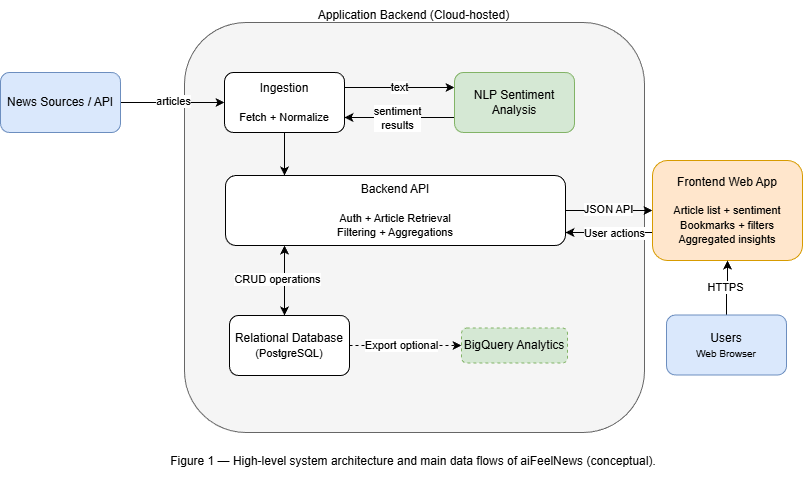
This is docs/Architechture_diagram-aifeelnews.drawio.png from cardox6/aifeelnews, a draw.io export, as it was before one commit. Source tidied: cells renumbered, new cells last; positions are measured from the earlier drawing's top-left corner, leaving out a move shared by most shapes. The source it was exported from:
```xml
<mxGraphModel>
  <root>
    <mxCell id="0" />
    <mxCell id="1" parent="0" />
    <mxCell id="2" style="rounded=1;whiteSpace=wrap;html=1;glass=0;fillColor=#f5f5f5;strokeColor=#666666;fontColor=#333333;" parent="1" vertex="1">
      <mxGeometry x="184" y="22" width="460" height="410" as="geometry" />
    </mxCell>
    <mxCell id="3" style="edgeStyle=orthogonalEdgeStyle;rounded=0;jettySize=auto;html=1;exitX=1;exitY=0.5;exitDx=0;exitDy=0;" parent="1" edge="1" source="5" target="8">
      <mxGeometry relative="1" as="geometry" />
    </mxCell>
    <mxCell id="4" value="articles" style="edgeLabel;html=1;align=center;verticalAlign=middle;" parent="3" vertex="1">
      <mxGeometry y="1" relative="1" as="geometry" />
    </mxCell>
    <mxCell id="5" value="News Sources / API" style="rounded=1;whiteSpace=wrap;html=1;fillColor=#dae8fc;strokeColor=#6c8ebf;" parent="1" vertex="1">
      <mxGeometry y="72" width="120" height="60" as="geometry" />
    </mxCell>
    <mxCell id="6" value="text" style="edgeStyle=orthogonalEdgeStyle;rounded=0;jettySize=auto;html=1;exitX=1;exitY=0.25;exitDx=0;exitDy=0;entryX=0;entryY=0.25;entryDx=0;entryDy=0;" parent="1" edge="1" source="8" target="11">
      <mxGeometry relative="1" as="geometry" />
    </mxCell>
    <mxCell id="7" style="edgeStyle=orthogonalEdgeStyle;rounded=0;jettySize=auto;html=1;" parent="1" edge="1" source="8" target="16">
      <mxGeometry relative="1" as="geometry">
        <Array as="points">
          <mxPoint x="284" y="192" />
          <mxPoint x="284" y="192" />
        </Array>
      </mxGeometry>
    </mxCell>
    <mxCell id="8" value="Ingestion&lt;div&gt;&lt;br&gt;&lt;div&gt;&lt;font style=&quot;font-size: 11px;&quot;&gt;Fetch + Normalize&lt;/font&gt;&lt;/div&gt;&lt;/div&gt;" style="whiteSpace=wrap;html=1;rounded=1;" parent="1" vertex="1">
      <mxGeometry x="224" y="72" width="120" height="60" as="geometry" />
    </mxCell>
    <mxCell id="9" style="edgeStyle=orthogonalEdgeStyle;rounded=0;jettySize=auto;html=1;entryX=1;entryY=0.75;entryDx=0;entryDy=0;" parent="1" edge="1" source="11" target="8">
      <mxGeometry relative="1" as="geometry">
        <Array as="points">
          <mxPoint x="444" y="117" />
          <mxPoint x="444" y="117" />
        </Array>
      </mxGeometry>
    </mxCell>
    <mxCell id="10" value="sentiment&lt;div&gt;results&lt;/div&gt;" style="edgeLabel;html=1;align=center;verticalAlign=middle;" parent="9" vertex="1">
      <mxGeometry x="0.05" y="1" relative="1" as="geometry" />
    </mxCell>
    <mxCell id="11" value="NLP Sentiment Analysis" style="whiteSpace=wrap;html=1;rounded=1;fillColor=#d5e8d4;strokeColor=#82b366;" parent="1" vertex="1">
      <mxGeometry x="454" y="72" width="120" height="60" as="geometry" />
    </mxCell>
    <mxCell id="12" style="edgeStyle=orthogonalEdgeStyle;rounded=0;jettySize=auto;html=1;startArrow=classic;startFill=1;" parent="1" edge="1" source="16" target="19">
      <mxGeometry relative="1" as="geometry">
        <Array as="points">
          <mxPoint x="284" y="302" />
          <mxPoint x="284" y="302" />
        </Array>
      </mxGeometry>
    </mxCell>
    <mxCell id="13" value="CRUD operations" style="edgeLabel;html=1;align=center;verticalAlign=middle;" parent="12" vertex="1">
      <mxGeometry x="-0.04" y="-7" relative="1" as="geometry" />
    </mxCell>
    <mxCell id="14" style="edgeStyle=orthogonalEdgeStyle;rounded=0;jettySize=auto;html=1;" parent="1" edge="1" source="16" target="23">
      <mxGeometry relative="1" as="geometry" />
    </mxCell>
    <mxCell id="15" value="JSON API" style="edgeLabel;html=1;align=center;verticalAlign=middle;" parent="14" vertex="1">
      <mxGeometry x="-0.01" y="1" relative="1" as="geometry" />
    </mxCell>
    <mxCell id="16" value="Backend API&lt;div&gt;&lt;br&gt;&lt;div&gt;&lt;font style=&quot;font-size: 11px;&quot;&gt;Auth + Article Retrieval&lt;/font&gt;&lt;/div&gt;&lt;div&gt;&lt;font style=&quot;font-size: 11px;&quot;&gt;Filtering + Aggregations&lt;/font&gt;&lt;/div&gt;&lt;/div&gt;" style="rounded=1;whiteSpace=wrap;html=1;" parent="1" vertex="1">
      <mxGeometry x="225" y="175" width="340" height="70" as="geometry" />
    </mxCell>
    <mxCell id="17" style="edgeStyle=orthogonalEdgeStyle;rounded=0;jettySize=auto;html=1;dashed=1;" parent="1" edge="1" source="19" target="20">
      <mxGeometry relative="1" as="geometry" />
    </mxCell>
    <mxCell id="18" value="Export optional" style="edgeLabel;html=1;align=center;verticalAlign=middle;" parent="17" vertex="1">
      <mxGeometry x="-0.12" y="1" relative="1" as="geometry">
        <mxPoint x="2" y="1" as="offset" />
      </mxGeometry>
    </mxCell>
    <mxCell id="19" value="Relational Database&lt;div&gt;&lt;font style=&quot;font-size: 11px;&quot;&gt;(PostgreSQL)&lt;/font&gt;&lt;/div&gt;" style="rounded=1;whiteSpace=wrap;html=1;" parent="1" vertex="1">
      <mxGeometry x="229" y="315" width="120" height="60" as="geometry" />
    </mxCell>
    <mxCell id="20" value="BigQuery Analytics" style="rounded=1;whiteSpace=wrap;html=1;dashed=1;fillColor=#d5e8d4;strokeColor=#82b366;" parent="1" vertex="1">
      <mxGeometry x="461" y="327.5" width="106" height="35" as="geometry" />
    </mxCell>
    <mxCell id="21" style="edgeStyle=orthogonalEdgeStyle;rounded=0;jettySize=auto;html=1;" parent="1" edge="1" source="23" target="16">
      <mxGeometry relative="1" as="geometry">
        <Array as="points">
          <mxPoint x="614" y="232" />
          <mxPoint x="614" y="232" />
        </Array>
      </mxGeometry>
    </mxCell>
    <mxCell id="22" value="User actions" style="edgeLabel;html=1;align=center;verticalAlign=middle;" parent="21" vertex="1">
      <mxGeometry x="-0.12" y="1" relative="1" as="geometry" />
    </mxCell>
    <mxCell id="23" value="Frontend Web App&lt;div&gt;&lt;font style=&quot;font-size: 11px;&quot;&gt;&lt;br&gt;&lt;/font&gt;&lt;/div&gt;&lt;div&gt;&lt;font style=&quot;font-size: 11px;&quot;&gt;Article list + sentiment&lt;/font&gt;&lt;/div&gt;&lt;div&gt;&lt;font style=&quot;font-size: 11px;&quot;&gt;Bookmarks + filters&lt;/font&gt;&lt;/div&gt;&lt;div&gt;&lt;font style=&quot;font-size: 11px;&quot;&gt;Aggregated insights&lt;/font&gt;&lt;/div&gt;" style="rounded=1;whiteSpace=wrap;html=1;fillColor=#ffe6cc;strokeColor=#d79b00;" parent="1" vertex="1">
      <mxGeometry x="652" y="160" width="150" height="100" as="geometry" />
    </mxCell>
    <mxCell id="24" value="Application Backend (Cloud-hosted)" style="text;html=1;whiteSpace=wrap;strokeColor=none;fillColor=none;align=center;verticalAlign=middle;rounded=0;" parent="1" vertex="1">
      <mxGeometry x="308.5" width="211" height="30" as="geometry" />
    </mxCell>
    <mxCell id="25" style="edgeStyle=orthogonalEdgeStyle;rounded=0;jettySize=auto;html=1;" parent="1" edge="1" source="28" target="23">
      <mxGeometry relative="1" as="geometry" />
    </mxCell>
    <mxCell id="26" style="edgeStyle=orthogonalEdgeStyle;rounded=0;jettySize=auto;html=1;" parent="1" edge="1" source="28" target="23">
      <mxGeometry relative="1" as="geometry" />
    </mxCell>
    <mxCell id="27" value="HTTPS" style="edgeLabel;html=1;align=center;verticalAlign=middle;" parent="26" vertex="1">
      <mxGeometry x="0.06" y="2" relative="1" as="geometry" />
    </mxCell>
    <mxCell id="28" value="Users&lt;div&gt;&lt;font size=&quot;1&quot;&gt;Web Browser&lt;/font&gt;&lt;/div&gt;" style="rounded=1;whiteSpace=wrap;html=1;fillColor=#dae8fc;strokeColor=#6c8ebf;" parent="1" vertex="1">
      <mxGeometry x="666" y="314.5" width="120" height="60" as="geometry" />
    </mxCell>
    <mxCell id="29" value="Figure 1 — High-level system architecture and main data flows of aiFeelNews (conceptual)." style="text;html=1;whiteSpace=wrap;strokeColor=none;fillColor=none;align=center;verticalAlign=middle;rounded=0;" parent="1" vertex="1">
      <mxGeometry x="163" y="446" width="500" height="30" as="geometry" />
    </mxCell>
  </root>
</mxGraphModel>
```
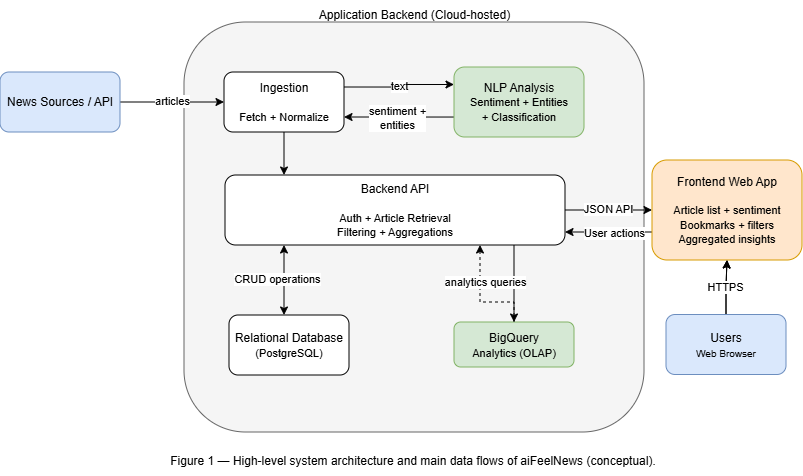
After the change.

Commit message:
docs: rewrite README with setup guide, security overview, and updated diagrams

Diff of the diagram source:
```diff
@@ -36,11 +36,11 @@
         </Array>
       </mxGeometry>
     </mxCell>
-    <mxCell id="10" value="sentiment&lt;div&gt;results&lt;/div&gt;" style="edgeLabel;html=1;align=center;verticalAlign=middle;" parent="9" vertex="1">
+    <mxCell id="10" value="sentiment +&lt;div&gt;entities&lt;/div&gt;" style="edgeLabel;html=1;align=center;verticalAlign=middle;" parent="9" vertex="1">
       <mxGeometry x="0.05" y="1" relative="1" as="geometry" />
     </mxCell>
-    <mxCell id="11" value="NLP Sentiment Analysis" style="whiteSpace=wrap;html=1;rounded=1;fillColor=#d5e8d4;strokeColor=#82b366;" parent="1" vertex="1">
-      <mxGeometry x="454" y="72" width="120" height="60" as="geometry" />
+    <mxCell id="11" value="NLP Analysis&lt;div&gt;&lt;font style=&quot;font-size: 11px;&quot;&gt;Sentiment + Entities&lt;/font&gt;&lt;/div&gt;&lt;div&gt;&lt;font style=&quot;font-size: 11px;&quot;&gt;+ Classification&lt;/font&gt;&lt;/div&gt;" style="whiteSpace=wrap;html=1;rounded=1;fillColor=#d5e8d4;strokeColor=#82b366;" parent="1" vertex="1">
+      <mxGeometry x="454" y="67" width="130" height="70" as="geometry" />
     </mxCell>
     <mxCell id="12" style="edgeStyle=orthogonalEdgeStyle;rounded=0;jettySize=auto;html=1;startArrow=classic;startFill=1;" parent="1" edge="1" source="16" target="19">
       <mxGeometry relative="1" as="geometry">
@@ -62,19 +62,19 @@
     <mxCell id="16" value="Backend API&lt;div&gt;&lt;br&gt;&lt;div&gt;&lt;font style=&quot;font-size: 11px;&quot;&gt;Auth + Article Retrieval&lt;/font&gt;&lt;/div&gt;&lt;div&gt;&lt;font style=&quot;font-size: 11px;&quot;&gt;Filtering + Aggregations&lt;/font&gt;&lt;/div&gt;&lt;/div&gt;" style="rounded=1;whiteSpace=wrap;html=1;" parent="1" vertex="1">
       <mxGeometry x="225" y="175" width="340" height="70" as="geometry" />
     </mxCell>
-    <mxCell id="17" style="edgeStyle=orthogonalEdgeStyle;rounded=0;jettySize=auto;html=1;dashed=1;" parent="1" edge="1" source="19" target="20">
+    <mxCell id="17" style="edgeStyle=orthogonalEdgeStyle;rounded=0;jettySize=auto;html=1;exitX=0.85;exitY=1;exitDx=0;exitDy=0;entryX=0.5;entryY=0;entryDx=0;entryDy=0;" parent="1" edge="1" source="16" target="20">
       <mxGeometry relative="1" as="geometry" />
     </mxCell>
-    <mxCell id="18" value="Export optional" style="edgeLabel;html=1;align=center;verticalAlign=middle;" parent="17" vertex="1">
+    <mxCell id="18" value="stream events" style="edgeLabel;html=1;align=center;verticalAlign=middle;" parent="17" vertex="1">
       <mxGeometry x="-0.12" y="1" relative="1" as="geometry">
-        <mxPoint x="2" y="1" as="offset" />
+        <mxPoint x="-1" y="57" as="offset" />
       </mxGeometry>
     </mxCell>
     <mxCell id="19" value="Relational Database&lt;div&gt;&lt;font style=&quot;font-size: 11px;&quot;&gt;(PostgreSQL)&lt;/font&gt;&lt;/div&gt;" style="rounded=1;whiteSpace=wrap;html=1;" parent="1" vertex="1">
       <mxGeometry x="229" y="315" width="120" height="60" as="geometry" />
     </mxCell>
-    <mxCell id="20" value="BigQuery Analytics" style="rounded=1;whiteSpace=wrap;html=1;dashed=1;fillColor=#d5e8d4;strokeColor=#82b366;" parent="1" vertex="1">
-      <mxGeometry x="461" y="327.5" width="106" height="35" as="geometry" />
+    <mxCell id="20" value="BigQuery&lt;div&gt;&lt;font style=&quot;font-size: 11px;&quot;&gt;Analytics (OLAP)&lt;/font&gt;&lt;/div&gt;" style="rounded=1;whiteSpace=wrap;html=1;fillColor=#d5e8d4;strokeColor=#82b366;" parent="1" vertex="1">
+      <mxGeometry x="454" y="322" width="120" height="45" as="geometry" />
     </mxCell>
     <mxCell id="21" style="edgeStyle=orthogonalEdgeStyle;rounded=0;jettySize=auto;html=1;" parent="1" edge="1" source="23" target="16">
       <mxGeometry relative="1" as="geometry">
@@ -105,6 +105,19 @@
     <mxCell id="28" value="Users&lt;div&gt;&lt;font size=&quot;1&quot;&gt;Web Browser&lt;/font&gt;&lt;/div&gt;" style="rounded=1;whiteSpace=wrap;html=1;fillColor=#dae8fc;strokeColor=#6c8ebf;" parent="1" vertex="1">
       <mxGeometry x="666" y="314.5" width="120" height="60" as="geometry" />
     </mxCell>
+    <mxCell id="30" style="edgeStyle=orthogonalEdgeStyle;rounded=0;jettySize=auto;html=1;dashed=1;entryX=0.75;entryY=1;entryDx=0;entryDy=0;" parent="1" edge="1" source="20" target="16">
+      <mxGeometry relative="1" as="geometry">
+        <Array as="points">
+          <mxPoint x="514" y="302" />
+          <mxPoint x="480" y="302" />
+        </Array>
+      </mxGeometry>
+    </mxCell>
+    <mxCell id="31" value="analytics queries" style="edgeLabel;html=1;align=center;verticalAlign=middle;" parent="30" vertex="1">
+      <mxGeometry x="-0.1" y="1" relative="1" as="geometry">
+        <mxPoint y="-21" as="offset" />
+      </mxGeometry>
+    </mxCell>
     <mxCell id="29" value="Figure 1 — High-level system architecture and main data flows of aiFeelNews (conceptual)." style="text;html=1;whiteSpace=wrap;strokeColor=none;fillColor=none;align=center;verticalAlign=middle;rounded=0;" parent="1" vertex="1">
       <mxGeometry x="163" y="446" width="500" height="30" as="geometry" />
     </mxCell>
```
